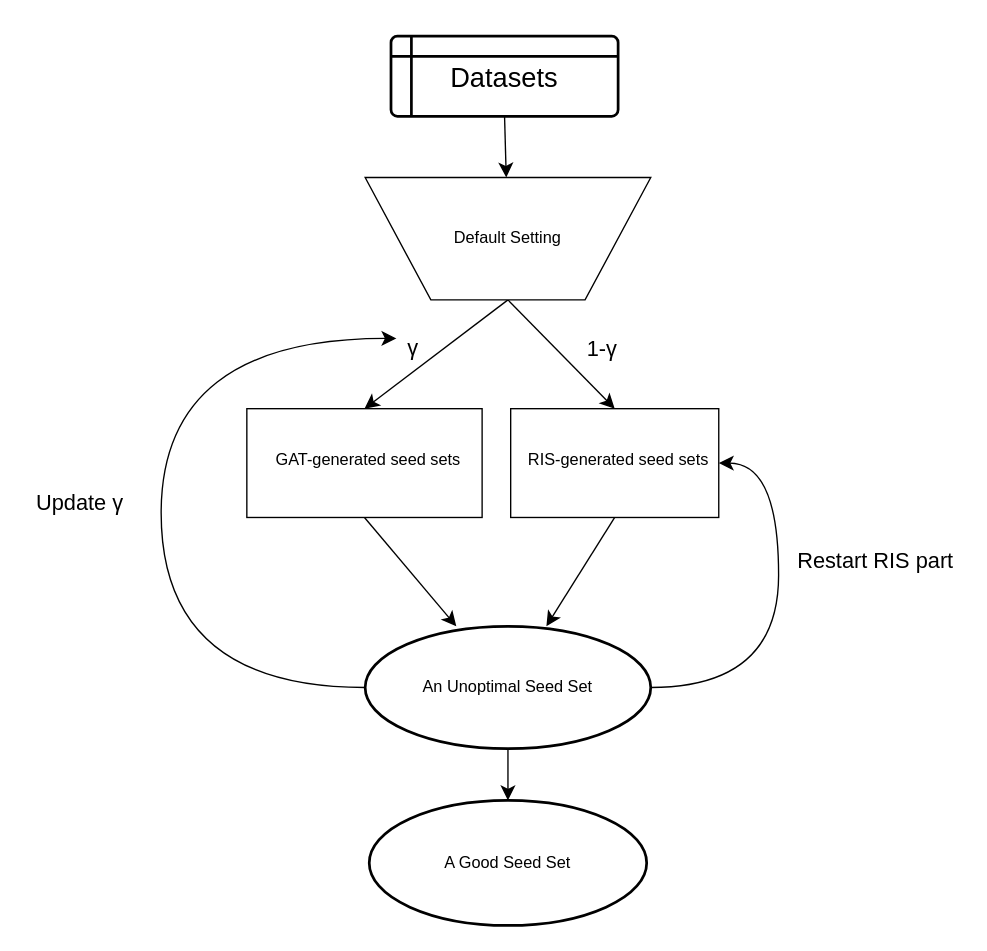
wildpointer160422/draw keeps this draw.io diagram as page "第 8 页" (1 of 8) of graph.drawio. Above is the earlier version. Source tidied: cells renumbered, new cells numbered last; positions are measured from the earlier drawing's top-left corner, leaving out a move shared by most shapes. Both pictures are drawn from the tidied source at 136%, with x=0, y=0 at pixel (23, 35).
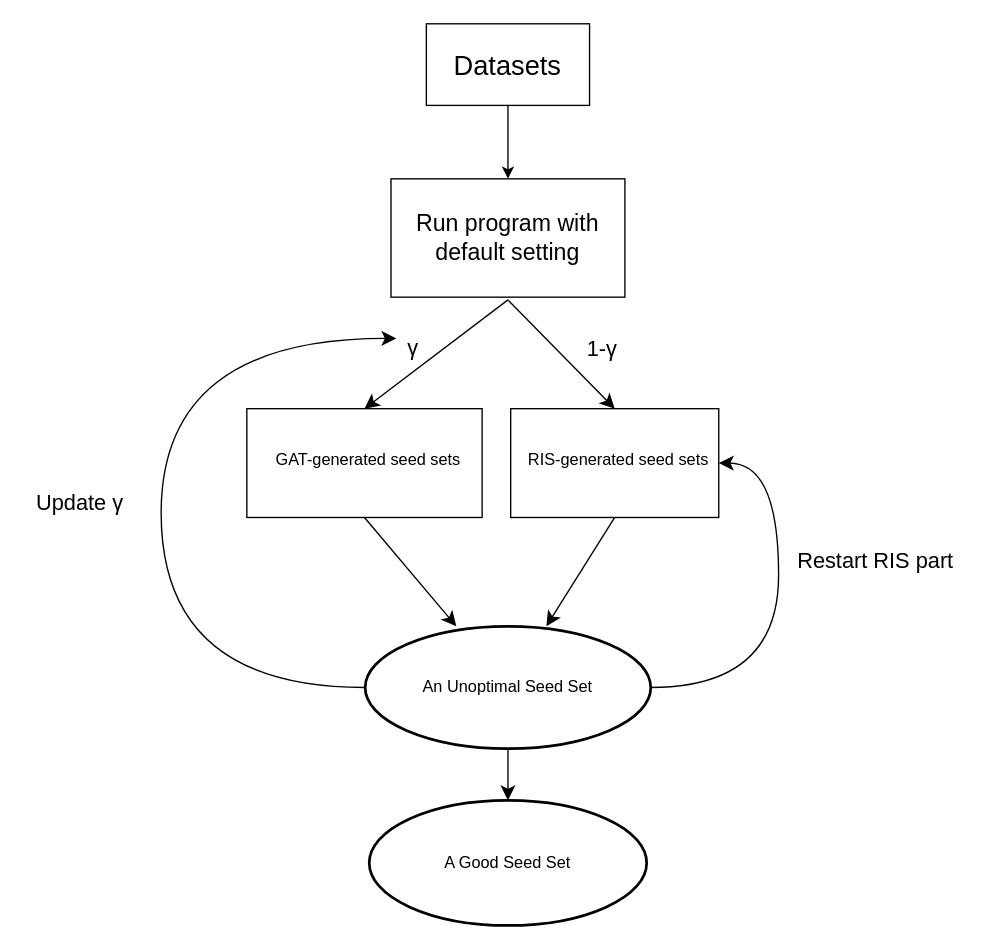
The same page after the edit.

The change refers to these unchanged cells:
```xml
<mxCell id="8" style="whiteSpace=wrap;html=1;" parent="1" vertex="1">
  <mxGeometry x="358" y="274" width="153" height="80" as="geometry" />
</mxCell>
<mxCell id="10" style="whiteSpace=wrap;html=1;" parent="1" vertex="1">
  <mxGeometry x="164" y="274" width="173" height="80" as="geometry" />
</mxCell>
```

What changed in the source:
```diff
@@
-    <mxCell id="4" style="edgeStyle=none;curved=1;rounded=0;jettySize=auto;html=1;exitX=0.5;exitY=1;exitDx=0;exitDy=0;entryX=0.5;entryY=0;entryDx=0;entryDy=0;fontSize=12;startSize=8;endSize=8;" parent="1" edge="1" source="6" target="10">
-      <mxGeometry relative="1" as="geometry" />
+    <mxCell id="4" style="edgeStyle=none;curved=1;rounded=0;jettySize=auto;html=1;exitX=0.5;exitY=1;exitDx=0;exitDy=0;entryX=0.5;entryY=0;entryDx=0;entryDy=0;fontSize=12;startSize=8;endSize=8;" parent="1" edge="1" target="10">
+      <mxGeometry relative="1" as="geometry">
+        <mxPoint x="356" y="194" as="sourcePoint" />
+      </mxGeometry>
     </mxCell>
-    <mxCell id="5" style="edgeStyle=none;curved=1;rounded=0;jettySize=auto;html=1;exitX=0.5;exitY=1;exitDx=0;exitDy=0;entryX=0.5;entryY=0;entryDx=0;entryDy=0;fontSize=12;startSize=8;endSize=8;" parent="1" edge="1" source="6" target="8">
-      <mxGeometry relative="1" as="geometry" />
+    <mxCell id="5" style="edgeStyle=none;curved=1;rounded=0;jettySize=auto;html=1;exitX=0.5;exitY=1;exitDx=0;exitDy=0;entryX=0.5;entryY=0;entryDx=0;entryDy=0;fontSize=12;startSize=8;endSize=8;" parent="1" edge="1" target="8">
+      <mxGeometry relative="1" as="geometry">
+        <mxPoint x="356" y="194" as="sourcePoint" />
+      </mxGeometry>
     </mxCell>
-    <mxCell id="6" value="Default Setting" style="verticalLabelPosition=middle;verticalAlign=middle;html=1;shape=trapezoid;perimeter=trapezoidPerimeter;whiteSpace=wrap;size=0.23;arcSize=10;flipV=1;labelPosition=center;align=center;" parent="1" vertex="1">
-      <mxGeometry x="251" y="104" width="210" height="90" as="geometry" />
-    </mxCell>
@@
-    <mxCell id="16" style="edgeStyle=none;curved=1;rounded=0;jettySize=auto;html=1;exitX=0.5;exitY=1;exitDx=0;exitDy=0;fontSize=12;startSize=8;endSize=8;" parent="1" edge="1" source="17" target="6">
-      <mxGeometry relative="1" as="geometry" />
-    </mxCell>
-    <mxCell id="17" value="&lt;font style=&quot;font-size: 20px;&quot;&gt;Datasets&lt;/font&gt;" style="shape=internalStorage;whiteSpace=wrap;html=1;dx=15;dy=15;rounded=1;arcSize=8;strokeWidth=2;" parent="1" vertex="1">
-      <mxGeometry x="270" width="167" height="59" as="geometry" />
-    </mxCell>
@@
+    <mxCell id="22" style="edgeStyle=orthogonalEdgeStyle;rounded=0;jettySize=auto;html=1;exitX=0.5;exitY=1;exitDx=0;exitDy=0;entryX=0.5;entryY=0;entryDx=0;entryDy=0;" parent="1" edge="1" source="17" target="23">
+      <mxGeometry relative="1" as="geometry" />
+    </mxCell>
+    <mxCell id="17" value="&lt;font style=&quot;font-size: 20px;&quot;&gt;Datasets&lt;/font&gt;" style="rounded=0;whiteSpace=wrap;html=1;" parent="1" vertex="1">
+      <mxGeometry x="296" y="-9" width="120" height="60" as="geometry" />
+    </mxCell>
+    <mxCell id="23" value="&lt;font style=&quot;font-size: 17px;&quot;&gt;Run program with default setting&lt;/font&gt;" style="rounded=0;whiteSpace=wrap;html=1;" parent="1" vertex="1">
+      <mxGeometry x="270" y="105" width="172" height="87" as="geometry" />
+    </mxCell>
```
